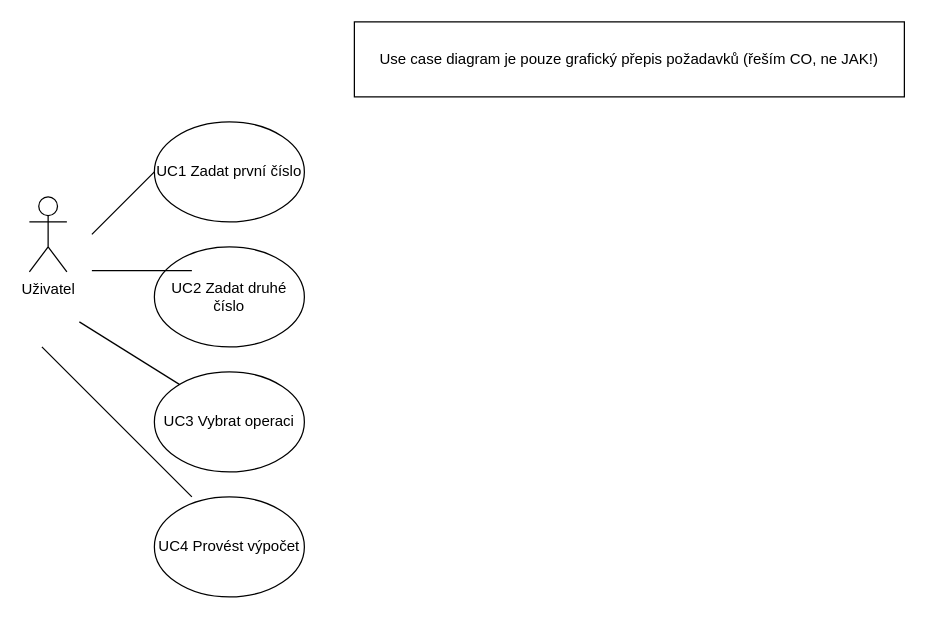
OldMeg77/UML-Diagrams keeps this draw.io diagram as Untitled Diagram.drawio. Above is the earlier version. Source tidied: cells renumbered, new cells numbered last; positions are measured from the earlier drawing's top-left corner, leaving out a move shared by most shapes. Both pictures are drawn from the tidied source at 125%, with x=0, y=0 at pixel (29, 21).
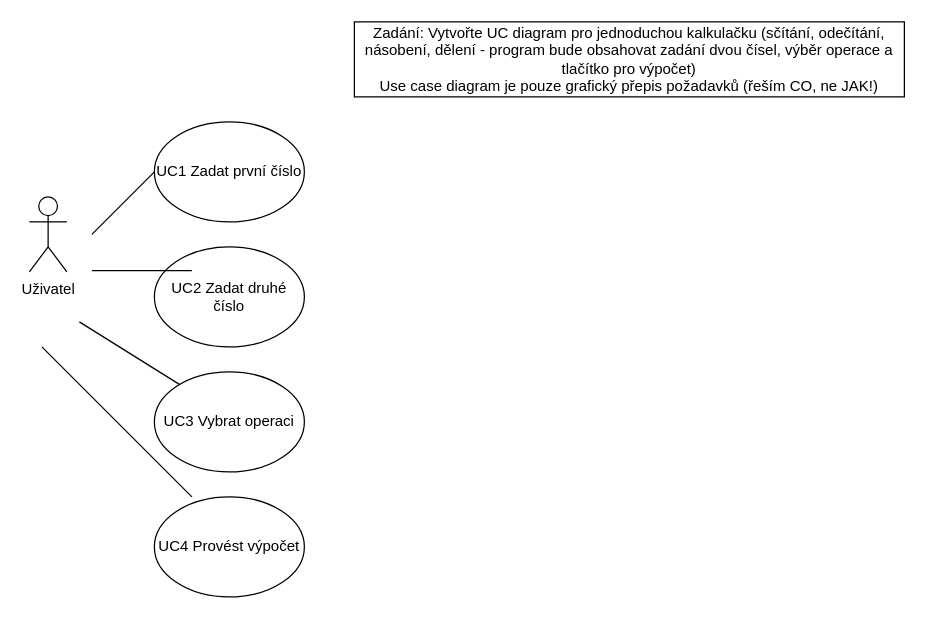
The same diagram, later.

Commit message (it also covers changes not shown here):
USE CASE Diagram 1

Diff of the diagram source:
```diff
@@
 <mxGraphModel>
   <root>
     <mxCell id="0" />
     <mxCell id="1" parent="0" />
     <mxCell id="2" value="UC4 Provést výpočet" style="ellipse;whiteSpace=wrap;html=1;" parent="1" vertex="1">
       <mxGeometry x="100" y="380" width="120" height="80" as="geometry" />
     </mxCell>
     <mxCell id="3" value="Uživatel" style="shape=umlActor;verticalLabelPosition=bottom;verticalAlign=top;html=1;" parent="1" vertex="1">
       <mxGeometry y="140" width="30" height="60" as="geometry" />
     </mxCell>
     <mxCell id="4" value="UC2 Zadat druhé číslo" style="ellipse;whiteSpace=wrap;html=1;" parent="1" vertex="1">
       <mxGeometry x="100" y="180" width="120" height="80" as="geometry" />
     </mxCell>
     <mxCell id="5" value="UC1 Zadat první číslo" style="ellipse;whiteSpace=wrap;html=1;" parent="1" vertex="1">
       <mxGeometry x="100" y="80" width="120" height="80" as="geometry" />
     </mxCell>
     <mxCell id="6" value="UC3 Vybrat operaci" style="ellipse;whiteSpace=wrap;html=1;" parent="1" vertex="1">
       <mxGeometry x="100" y="280" width="120" height="80" as="geometry" />
     </mxCell>
     <mxCell id="7" style="endArrow=none;html=1;rounded=0;" parent="1" edge="1">
       <mxGeometry relative="1" as="geometry">
         <mxPoint x="50" y="170" as="sourcePoint" />
         <mxPoint x="100" y="120" as="targetPoint" />
         <Array as="points">
           <mxPoint x="70" y="150" />
         </Array>
       </mxGeometry>
     </mxCell>
     <mxCell id="8" style="endArrow=none;html=1;rounded=0;" parent="1" edge="1">
       <mxGeometry relative="1" as="geometry">
         <mxPoint x="50" y="199" as="sourcePoint" />
         <mxPoint x="130" y="199" as="targetPoint" />
       </mxGeometry>
     </mxCell>
     <mxCell id="9" style="endArrow=none;html=1;rounded=0;" parent="1" edge="1">
       <mxGeometry relative="1" as="geometry">
         <mxPoint x="40" y="240" as="sourcePoint" />
         <mxPoint x="120" y="290" as="targetPoint" />
       </mxGeometry>
     </mxCell>
     <mxCell id="10" style="endArrow=none;html=1;rounded=0;" parent="1" edge="1">
       <mxGeometry relative="1" as="geometry">
         <mxPoint x="130" y="380" as="sourcePoint" />
         <mxPoint x="10" y="260" as="targetPoint" />
         <Array as="points">
           <mxPoint x="70" y="320" />
         </Array>
       </mxGeometry>
     </mxCell>
-    <mxCell id="11" value="Use case diagram je pouze grafický přepis požadavků (řeším CO, ne JAK!)" style="rounded=0;whiteSpace=wrap;html=1;" parent="1" vertex="1">
+    <mxCell id="11" value="&lt;div&gt;Zadání: Vytvořte UC diagram pro jednoduchou kalkulačku (sčítání, odečítání, násobení, dělení - program bude obsahovat zadání dvou čísel, výběr operace a tlačítko pro výpočet)&lt;/div&gt;Use case diagram je pouze grafický přepis požadavků (řeším CO, ne JAK!)" style="rounded=0;whiteSpace=wrap;html=1;" parent="1" vertex="1">
       <mxGeometry x="260" width="440" height="60" as="geometry" />
     </mxCell>
   </root>
 </mxGraphModel>
```
